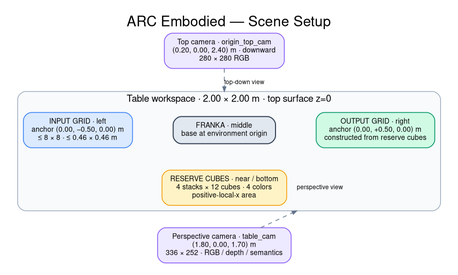
Before: source/era_bench/docs/architecture/arc_embodied_scene_setup.png, a diagram exported from Graphviz (nardo7/era_bench). Its source is kept beside it as source/era_bench/docs/architecture/arc_embodied_scene_setup.dot. Its diagram source:
```dot
digraph ArcEmbodiedSceneSetup {
  graph [
    label="ARC Embodied — Scene Setup",
    labelloc=t,
    fontsize=21,
    fontname="Arial",
    rankdir=TB,
    bgcolor="white",
    pad=0.25,
    nodesep=0.42,
    ranksep=0.45,
    splines=polyline,
    compound=true
  ];

  node [
    shape=box,
    style="rounded,filled",
    fontname="Arial",
    fontsize=10.5,
    color="#334155",
    penwidth=1.2,
    margin="0.17,0.11"
  ];

  edge [
    color="#64748B",
    fontname="Arial",
    fontsize=9,
    arrowsize=0.7,
    penwidth=1.1
  ];

  top_cam [
    label="Top camera · origin_top_cam\n(0.20, 0.00, 2.40) m · downward\n280 × 280 RGB",
    fillcolor="#EDE9FE",
    color="#8B5CF6"
  ];

  subgraph cluster_table {
    label="Table workspace · 2.00 × 2.00 m · top surface z=0";
    fontsize=14;
    fontname="Arial";
    color="#94A3B8";
    fillcolor="#F8FAFC";
    style="rounded,filled";

    input [
      label="INPUT GRID · left\nanchor (0.00, −0.50, 0.00) m\n≤ 8 × 8 · ≤ 0.46 × 0.46 m",
      fillcolor="#DBEAFE",
      color="#3B82F6"
    ];

    robot [
      label="FRANKA · middle\nbase at environment origin",
      fillcolor="#E2E8F0",
      penwidth=1.5
    ];

    output [
      label="OUTPUT GRID · right\nanchor (0.00, +0.50, 0.00) m\nconstructed from reserve cubes",
      fillcolor="#D1FAE5",
      color="#059669"
    ];

    reserve [
      label="RESERVE CUBES · near / bottom\n4 stacks × 12 cubes · 4 colors\npositive-local-x area",
      fillcolor="#FEF3C7",
      color="#F59E0B"
    ];

    { rank=same; input; robot; output; }
    input -> robot -> output [style=invis, weight=50];
    robot -> reserve [style=invis, weight=50];
  }

  perspective_cam [
    label="Perspective camera · table_cam\n(1.80, 0.00, 1.70) m\n336 × 252 · RGB / depth / semantics",
    fillcolor="#EDE9FE",
    color="#8B5CF6"
  ];

  top_cam -> robot [
    label="top-down view",
    style=dashed,
    lhead=cluster_table
  ];

  reserve -> perspective_cam [style=invis, weight=50];
  perspective_cam -> robot [
    label="perspective view",
    style=dashed,
    constraint=false,
    lhead=cluster_table
  ];
}
```
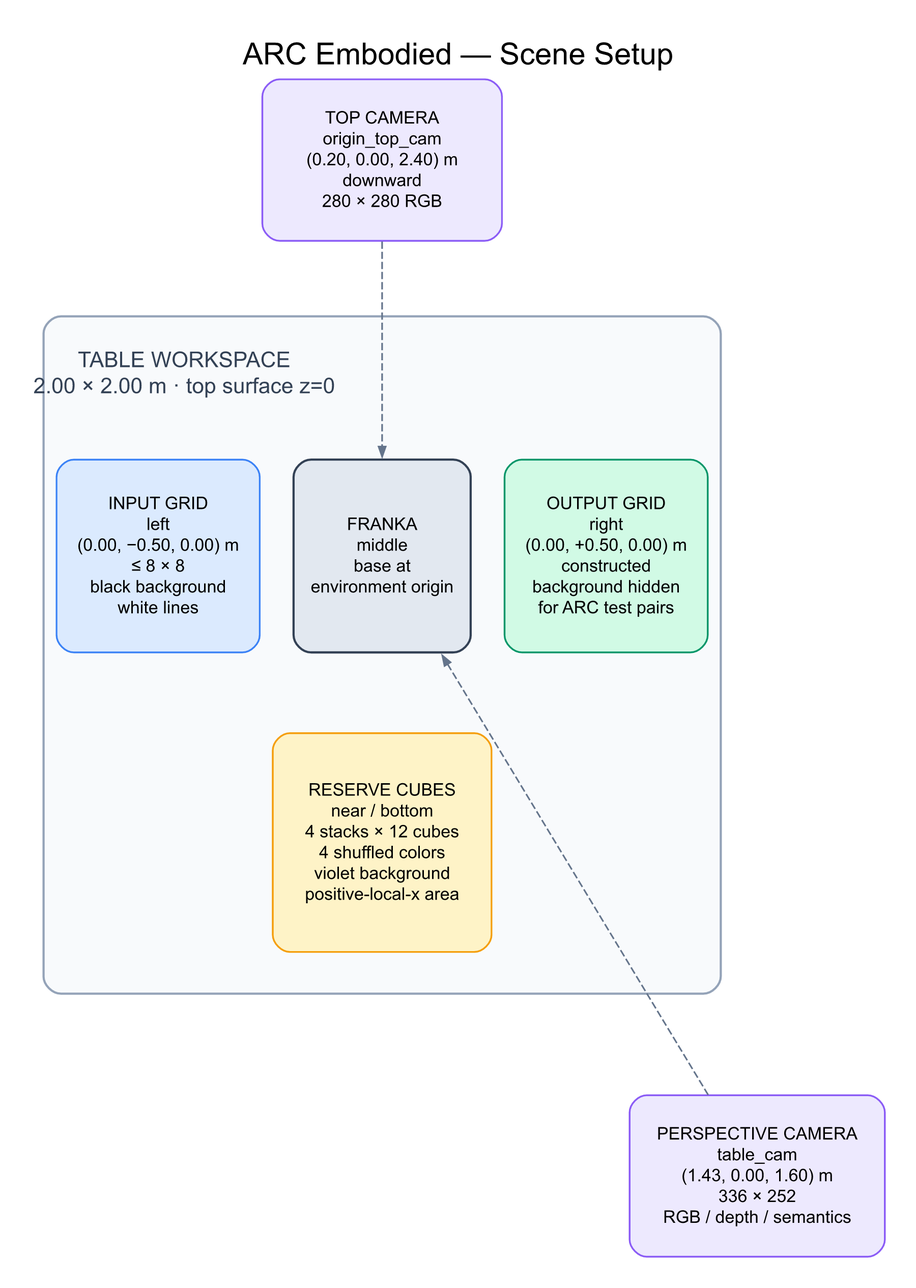
Later version of the same file.

What changed in the source:
```diff
@@ -4,93 +4,118 @@
     labelloc=t,
     fontsize=21,
     fontname="Arial",
-    rankdir=TB,
+    layout=neato,
+    overlap=true,
+    splines=polyline,
+    outputorder=nodesfirst,
     bgcolor="white",
-    pad=0.25,
-    nodesep=0.42,
-    ranksep=0.45,
-    splines=polyline,
-    compound=true
+    pad=0.30
   ];
 
   node [
     shape=box,
     style="rounded,filled",
     fontname="Arial",
-    fontsize=10.5,
+    fontsize=12,
     color="#334155",
     penwidth=1.2,
-    margin="0.17,0.11"
+    margin="0.17,0.11",
+    pin=true
   ];
 
   edge [
     color="#64748B",
     fontname="Arial",
-    fontsize=9,
+    fontsize=10.5,
     arrowsize=0.7,
     penwidth=1.1
   ];
 
-  top_cam [
-    label="Top camera · origin_top_cam\n(0.20, 0.00, 2.40) m · downward\n280 × 280 RGB",
-    fillcolor="#EDE9FE",
-    color="#8B5CF6"
+  table_surface [
+    label="",
+    shape=box,
+    style="rounded,filled",
+    fixedsize=true,
+    width=6.5,
+    height=6.5,
+    fillcolor="#F8FAFC",
+    color="#94A3B8",
+    penwidth=1.5,
+    pos="0,0!"
   ];
 
-  subgraph cluster_table {
-    label="Table workspace · 2.00 × 2.00 m · top surface z=0";
-    fontsize=14;
-    fontname="Arial";
-    color="#94A3B8";
-    fillcolor="#F8FAFC";
-    style="rounded,filled";
+  table_label [
+    label="TABLE WORKSPACE\n2.00 × 2.00 m · top surface z=0",
+    shape=plain,
+    style="",
+    margin=0,
+    fontname="Arial",
+    fontsize=15,
+    fontcolor="#334155",
+    pos="-1.90,2.70!"
+  ];
 
-    input [
-      label="INPUT GRID · left\nanchor (0.00, −0.50, 0.00) m\n≤ 8 × 8 · ≤ 0.46 × 0.46 m",
-      fillcolor="#DBEAFE",
-      color="#3B82F6"
-    ];
+  input [
+    label="INPUT GRID\nleft\n(0.00, −0.50, 0.00) m\n≤ 8 × 8\nblack background\nwhite lines",
+    fillcolor="#DBEAFE",
+    color="#3B82F6",
+    fixedsize=true,
+    width=1.95,
+    height=1.85,
+    pos="-2.15,0.95!"
+  ];
 
-    robot [
-      label="FRANKA · middle\nbase at environment origin",
-      fillcolor="#E2E8F0",
-      penwidth=1.5
-    ];
+  robot [
+    label="FRANKA\nmiddle\nbase at\nenvironment origin",
+    fillcolor="#E2E8F0",
+    penwidth=1.5,
+    fixedsize=true,
+    width=1.70,
+    height=1.85,
+    pos="0,0.95!"
+  ];
 
-    output [
-      label="OUTPUT GRID · right\nanchor (0.00, +0.50, 0.00) m\nconstructed from reserve cubes",
-      fillcolor="#D1FAE5",
-      color="#059669"
-    ];
+  output [
+    label="OUTPUT GRID\nright\n(0.00, +0.50, 0.00) m\nconstructed\nbackground hidden\nfor ARC test pairs",
+    fillcolor="#D1FAE5",
+    color="#059669",
+    fixedsize=true,
+    width=1.95,
+    height=1.85,
+    pos="2.15,0.95!"
+  ];
 
-    reserve [
-      label="RESERVE CUBES · near / bottom\n4 stacks × 12 cubes · 4 colors\npositive-local-x area",
-      fillcolor="#FEF3C7",
-      color="#F59E0B"
-    ];
+  reserve [
+    label="RESERVE CUBES\nnear / bottom\n4 stacks × 12 cubes\n4 shuffled colors\nviolet background\npositive-local-x area",
+    fillcolor="#FEF3C7",
+    color="#F59E0B",
+    fixedsize=true,
+    width=2.10,
+    height=2.10,
+    pos="0,-1.80!"
+  ];
 
-    { rank=same; input; robot; output; }
-    input -> robot -> output [style=invis, weight=50];
-    robot -> reserve [style=invis, weight=50];
-  }
+  top_cam [
+    label="TOP CAMERA\norigin_top_cam\n(0.20, 0.00, 2.40) m\ndownward\n280 × 280 RGB",
+    fillcolor="#EDE9FE",
+    color="#8B5CF6",
+    fixedsize=true,
+    width=2.30,
+    height=1.55,
+    pos="0,4.75!"
+  ];
 
   perspective_cam [
-    label="Perspective camera · table_cam\n(1.80, 0.00, 1.70) m\n336 × 252 · RGB / depth / semantics",
+    label="PERSPECTIVE CAMERA\ntable_cam\n(1.43, 0.00, 1.60) m\n336 × 252\nRGB / depth / semantics",
     fillcolor="#EDE9FE",
-    color="#8B5CF6"
+    color="#8B5CF6",
+    fixedsize=true,
+    width=2.45,
+    height=1.55,
+    pos="3.60,-5.00!"
   ];
 
-  top_cam -> robot [
-    label="top-down view",
-    style=dashed,
-    lhead=cluster_table
-  ];
+  top_cam -> robot [style=dashed];
 
-  reserve -> perspective_cam [style=invis, weight=50];
-  perspective_cam -> robot [
-    label="perspective view",
-    style=dashed,
-    constraint=false,
-    lhead=cluster_table
-  ];
+  perspective_cam -> robot [style=dashed];
 }
```
